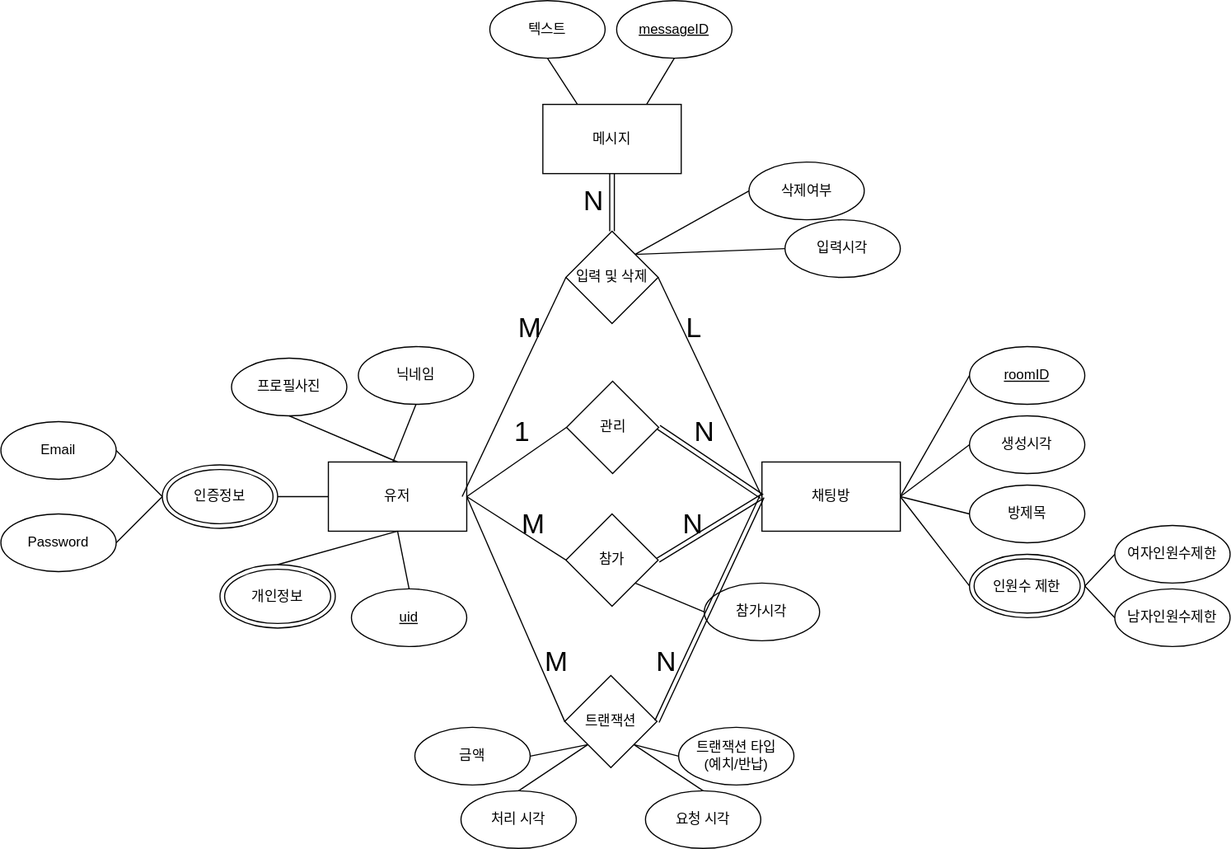
The draw.io diagram diagrams/DB_conceptual_design.drawio.svg in RGB234/meeting_app, before a commit. Source tidied: cells renumbered, new cells last; positions are measured from the earlier drawing's top-left corner, leaving out a move shared by most shapes.
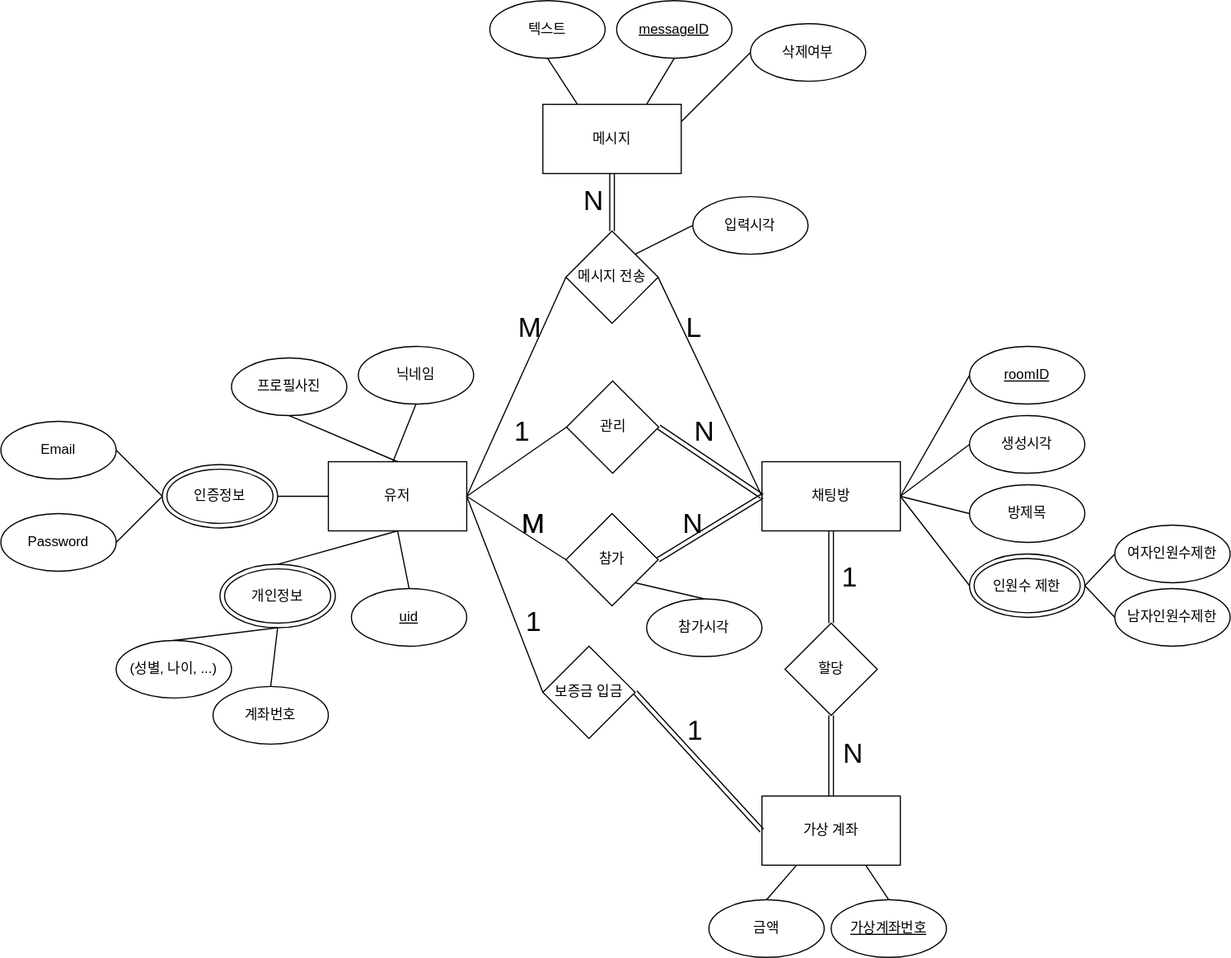
The same diagram one commit later.

Change to the diagram source:
```diff
@@ -17,7 +17,7 @@
     <mxCell id="6" value="메시지" style="rounded=0;whiteSpace=wrap;html=1;" parent="1" vertex="1">
       <mxGeometry x="470" y="90" width="120" height="60" as="geometry" />
     </mxCell>
-    <mxCell id="7" value="입력 및 삭제" style="rhombus;whiteSpace=wrap;html=1;" parent="1" vertex="1">
+    <mxCell id="7" value="메시지 전송" style="rhombus;whiteSpace=wrap;html=1;" parent="1" vertex="1">
       <mxGeometry x="490" y="200" width="80" height="80" as="geometry" />
     </mxCell>
     <mxCell id="8" value="프로필사진" style="ellipse;whiteSpace=wrap;html=1;" parent="1" vertex="1">
@@ -54,10 +54,10 @@
       <mxGeometry x="840" y="300" width="100" height="50" as="geometry" />
     </mxCell>
     <mxCell id="19" value="입력시각" style="ellipse;whiteSpace=wrap;html=1;" parent="1" vertex="1">
-      <mxGeometry x="680" y="190" width="100" height="50" as="geometry" />
+      <mxGeometry x="600" y="170" width="100" height="50" as="geometry" />
     </mxCell>
     <mxCell id="20" value="삭제여부" style="ellipse;whiteSpace=wrap;html=1;" parent="1" vertex="1">
-      <mxGeometry x="648.8" y="140" width="100" height="50" as="geometry" />
+      <mxGeometry x="650" y="20" width="100" height="50" as="geometry" />
     </mxCell>
     <mxCell id="21" value="텍스트" style="ellipse;whiteSpace=wrap;html=1;" parent="1" vertex="1">
       <mxGeometry x="424" width="100" height="50" as="geometry" />
@@ -66,7 +66,7 @@
       <mxGeometry x="534" width="100" height="50" as="geometry" />
     </mxCell>
     <mxCell id="23" value="참가&lt;span style=&quot;background-color: initial;&quot;&gt;시각&lt;/span&gt;" style="ellipse;whiteSpace=wrap;html=1;" parent="1" vertex="1">
-      <mxGeometry x="610" y="505" width="100" height="50" as="geometry" />
+      <mxGeometry x="560" y="519" width="100" height="50" as="geometry" />
     </mxCell>
     <mxCell id="24" value="Email" style="ellipse;whiteSpace=wrap;html=1;" parent="1" vertex="1">
       <mxGeometry y="365" width="100" height="50" as="geometry" />
@@ -121,10 +121,10 @@
     <mxCell id="40" style="endArrow=none;html=1;rounded=0;entryX=0;entryY=0.5;entryDx=0;entryDy=0;exitX=1;exitY=0;exitDx=0;exitDy=0;" parent="1" edge="1" source="7" target="19">
       <mxGeometry relative="1" as="geometry" />
     </mxCell>
-    <mxCell id="41" style="endArrow=none;html=1;rounded=0;entryX=1;entryY=0;entryDx=0;entryDy=0;exitX=0;exitY=0.5;exitDx=0;exitDy=0;" parent="1" edge="1" source="20" target="7">
+    <mxCell id="41" style="endArrow=none;html=1;rounded=0;entryX=1;entryY=0.25;entryDx=0;entryDy=0;exitX=0;exitY=0.5;exitDx=0;exitDy=0;" parent="1" edge="1" source="20" target="6">
       <mxGeometry relative="1" as="geometry" />
     </mxCell>
-    <mxCell id="42" style="endArrow=none;html=1;rounded=0;entryX=1;entryY=1;entryDx=0;entryDy=0;exitX=0;exitY=0.5;exitDx=0;exitDy=0;" parent="1" edge="1" source="23" target="3">
+    <mxCell id="42" style="endArrow=none;html=1;rounded=0;entryX=1;entryY=1;entryDx=0;entryDy=0;exitX=0.5;exitY=0;exitDx=0;exitDy=0;" parent="1" edge="1" source="23" target="3">
       <mxGeometry relative="1" as="geometry" />
     </mxCell>
     <mxCell id="43" style="shape=link;html=1;rounded=0;exitX=1;exitY=0.5;exitDx=0;exitDy=0;entryX=0;entryY=0.5;entryDx=0;entryDy=0;" parent="1" edge="1" source="2" target="5">
@@ -159,47 +159,21 @@
         <mxPoint x="46" y="40" as="offset" />
       </mxGeometry>
     </mxCell>
-    <mxCell id="51" value="&lt;div&gt;&lt;span style=&quot;background-color: initial;&quot;&gt;트랜잭션&lt;/span&gt;&lt;br&gt;&lt;/div&gt;" style="rhombus;whiteSpace=wrap;html=1;" parent="1" vertex="1">
-      <mxGeometry x="489" y="585" width="80" height="80" as="geometry" />
+    <mxCell id="51" value="할당" style="rhombus;whiteSpace=wrap;html=1;" parent="1" vertex="1">
+      <mxGeometry x="680" y="540" width="80" height="80" as="geometry" />
     </mxCell>
-    <mxCell id="52" value="처리 시각" style="ellipse;whiteSpace=wrap;html=1;" parent="1" vertex="1">
-      <mxGeometry x="399" y="685" width="100" height="50" as="geometry" />
+    <mxCell id="52" value="&lt;u&gt;가상계좌번호&lt;/u&gt;" style="ellipse;whiteSpace=wrap;html=1;" parent="1" vertex="1">
+      <mxGeometry x="720" y="780" width="100" height="50" as="geometry" />
     </mxCell>
-    <mxCell id="53" value="트랜잭션 타입&lt;div&gt;(예치/반납)&lt;/div&gt;" style="ellipse;whiteSpace=wrap;html=1;" parent="1" vertex="1">
-      <mxGeometry x="587.8" y="630" width="100" height="50" as="geometry" />
-    </mxCell>
-    <mxCell id="54" value="요청 시각" style="ellipse;whiteSpace=wrap;html=1;" parent="1" vertex="1">
-      <mxGeometry x="559" y="685" width="100" height="50" as="geometry" />
-    </mxCell>
     <mxCell id="55" value="금액" style="ellipse;whiteSpace=wrap;html=1;" parent="1" vertex="1">
-      <mxGeometry x="359" y="630" width="100" height="50" as="geometry" />
+      <mxGeometry x="614" y="780" width="100" height="50" as="geometry" />
     </mxCell>
-    <mxCell id="56" style="endArrow=none;html=1;rounded=0;exitX=0;exitY=0.5;exitDx=0;exitDy=0;entryX=1;entryY=1;entryDx=0;entryDy=0;" parent="1" edge="1" source="53" target="51">
-      <mxGeometry relative="1" as="geometry" />
-    </mxCell>
-    <mxCell id="57" style="endArrow=none;html=1;rounded=0;exitX=0.5;exitY=0;exitDx=0;exitDy=0;entryX=1;entryY=1;entryDx=0;entryDy=0;" parent="1" edge="1" source="54" target="51">
-      <mxGeometry relative="1" as="geometry" />
-    </mxCell>
-    <mxCell id="58" style="endArrow=none;html=1;rounded=0;exitX=0.5;exitY=0;exitDx=0;exitDy=0;entryX=0;entryY=1;entryDx=0;entryDy=0;" parent="1" edge="1" source="52" target="51">
+    <mxCell id="58" style="endArrow=none;html=1;rounded=0;exitX=0.5;exitY=0;exitDx=0;exitDy=0;entryX=0.75;entryY=1;entryDx=0;entryDy=0;" parent="1" edge="1" source="52" target="72">
       <mxGeometry relative="1" as="geometry" />
     </mxCell>
-    <mxCell id="59" style="endArrow=none;html=1;rounded=0;exitX=1;exitY=0.5;exitDx=0;exitDy=0;entryX=0;entryY=1;entryDx=0;entryDy=0;" parent="1" edge="1" source="55" target="51">
+    <mxCell id="59" style="endArrow=none;html=1;rounded=0;exitX=0.5;exitY=0;exitDx=0;exitDy=0;entryX=0.25;entryY=1;entryDx=0;entryDy=0;" parent="1" edge="1" source="55" target="72">
       <mxGeometry relative="1" as="geometry" />
     </mxCell>
-    <mxCell id="60" style="endArrow=none;html=1;rounded=0;exitX=0;exitY=0.5;exitDx=0;exitDy=0;entryX=1;entryY=0.5;entryDx=0;entryDy=0;" parent="1" edge="1" source="51" target="4">
-      <mxGeometry relative="1" as="geometry" />
-    </mxCell>
-    <mxCell id="61" value="&lt;font style=&quot;font-size: 24px;&quot;&gt;M&lt;/font&gt;" style="html=1;whiteSpace=wrap;align=left;verticalAlign=bottom;direction=south;" parent="1" vertex="1">
-      <mxGeometry x="470" y="590" as="geometry" />
-    </mxCell>
-    <mxCell id="62" style="shape=link;html=1;rounded=0;entryX=0;entryY=0.5;entryDx=0;entryDy=0;exitX=1;exitY=0.5;exitDx=0;exitDy=0;" parent="1" edge="1" source="51" target="5">
-      <mxGeometry relative="1" as="geometry" />
-    </mxCell>
-    <mxCell id="63" value="N" style="html=1;whiteSpace=wrap;align=right;verticalAlign=bottom;fontSize=24;" parent="62" vertex="1">
-      <mxGeometry x="1" relative="1" as="geometry">
-        <mxPoint x="-73" y="160" as="offset" />
-      </mxGeometry>
-    </mxCell>
     <mxCell id="64" style="shape=link;html=1;rounded=0;exitX=0.5;exitY=0;exitDx=0;exitDy=0;entryX=0.5;entryY=1;entryDx=0;entryDy=0;" parent="1" edge="1" source="7" target="6">
       <mxGeometry relative="1" as="geometry" />
     </mxCell>
@@ -208,14 +182,12 @@
         <mxPoint x="-6" y="40" as="offset" />
       </mxGeometry>
     </mxCell>
-    <mxCell id="66" style="endArrow=none;html=1;rounded=0;exitX=0;exitY=0.5;exitDx=0;exitDy=0;" parent="1" edge="1" source="7">
-      <mxGeometry relative="1" as="geometry">
-        <mxPoint x="400" y="430" as="targetPoint" />
-      </mxGeometry>
+    <mxCell id="66" style="endArrow=none;html=1;rounded=0;exitX=0;exitY=0.5;exitDx=0;exitDy=0;entryX=1;entryY=0.5;entryDx=0;entryDy=0;" parent="1" edge="1" source="7" target="4">
+      <mxGeometry relative="1" as="geometry" />
     </mxCell>
     <mxCell id="67" value="M" style="html=1;whiteSpace=wrap;align=right;verticalAlign=bottom;fontSize=24;direction=south;" parent="66" vertex="1">
       <mxGeometry x="1" relative="1" as="geometry">
-        <mxPoint x="70" y="-130" as="offset" />
+        <mxPoint x="66" y="-130" as="offset" />
       </mxGeometry>
     </mxCell>
     <mxCell id="68" style="endArrow=none;html=1;rounded=0;entryX=1;entryY=0.5;entryDx=0;entryDy=0;exitX=0;exitY=0.5;exitDx=0;exitDy=0;" parent="1" edge="1" source="5" target="7">
@@ -232,5 +204,58 @@
     <mxCell id="71" style="endArrow=none;html=1;rounded=0;entryX=0.25;entryY=0;entryDx=0;entryDy=0;exitX=0.5;exitY=1;exitDx=0;exitDy=0;" parent="1" edge="1" source="21" target="6">
       <mxGeometry relative="1" as="geometry" />
     </mxCell>
+    <mxCell id="72" value="가상 계좌" style="rounded=0;whiteSpace=wrap;html=1;" parent="1" vertex="1">
+      <mxGeometry x="660" y="690" width="120" height="60" as="geometry" />
+    </mxCell>
+    <mxCell id="73" style="shape=link;html=1;rounded=0;entryX=0.5;entryY=1;entryDx=0;entryDy=0;exitX=0.5;exitY=0;exitDx=0;exitDy=0;" parent="1" edge="1" source="72" target="51">
+      <mxGeometry relative="1" as="geometry" />
+    </mxCell>
+    <mxCell id="63" value="N" style="html=1;whiteSpace=wrap;align=right;verticalAlign=bottom;fontSize=24;" parent="73" vertex="1">
+      <mxGeometry x="1" relative="1" as="geometry">
+        <mxPoint x="29" y="50" as="offset" />
+      </mxGeometry>
+    </mxCell>
+    <mxCell id="62" style="shape=link;html=1;rounded=0;entryX=0.5;entryY=1;entryDx=0;entryDy=0;exitX=0.5;exitY=0;exitDx=0;exitDy=0;" parent="1" edge="1" source="51" target="5">
+      <mxGeometry relative="1" as="geometry" />
+    </mxCell>
+    <mxCell id="74" value="1" style="html=1;whiteSpace=wrap;align=right;verticalAlign=bottom;fontSize=24;" parent="62" vertex="1">
+      <mxGeometry x="1" relative="1" as="geometry">
+        <mxPoint x="24" y="57" as="offset" />
+      </mxGeometry>
+    </mxCell>
+    <mxCell id="75" value="보증금 입금" style="rhombus;whiteSpace=wrap;html=1;" parent="1" vertex="1">
+      <mxGeometry x="470" y="560" width="80" height="80" as="geometry" />
+    </mxCell>
+    <mxCell id="76" value="계좌번호" style="ellipse;whiteSpace=wrap;html=1;" parent="1" vertex="1">
+      <mxGeometry x="184" y="595" width="100" height="50" as="geometry" />
+    </mxCell>
+    <mxCell id="77" style="endArrow=none;html=1;rounded=0;exitX=0.5;exitY=1;exitDx=0;exitDy=0;entryX=0.5;entryY=0;entryDx=0;entryDy=0;" parent="1" edge="1" source="9" target="76">
+      <mxGeometry relative="1" as="geometry" />
+    </mxCell>
+    <mxCell id="78" value="(성별, 나이, ...)" style="ellipse;whiteSpace=wrap;html=1;" parent="1" vertex="1">
+      <mxGeometry x="100" y="555" width="100" height="50" as="geometry" />
+    </mxCell>
+    <mxCell id="79" style="endArrow=none;html=1;rounded=0;exitX=0.5;exitY=1;exitDx=0;exitDy=0;entryX=0.5;entryY=0;entryDx=0;entryDy=0;" parent="1" edge="1" source="9" target="78">
+      <mxGeometry relative="1" as="geometry" />
+    </mxCell>
+    <mxCell id="80" style="endArrow=none;html=1;rounded=0;exitX=1;exitY=0.5;exitDx=0;exitDy=0;entryX=0;entryY=0.5;entryDx=0;entryDy=0;" parent="1" edge="1" source="4" target="75">
+      <mxGeometry relative="1" as="geometry" />
+    </mxCell>
+    <mxCell id="61" value="&lt;font style=&quot;font-size: 24px;&quot;&gt;M&lt;/font&gt;" style="html=1;whiteSpace=wrap;align=left;verticalAlign=bottom;direction=south;" parent="80" vertex="1">
+      <mxGeometry x="-1" relative="1" as="geometry">
+        <mxPoint x="46" y="40" as="offset" />
+      </mxGeometry>
+    </mxCell>
+    <mxCell id="81" style="shape=link;html=1;rounded=0;entryX=1;entryY=0.5;entryDx=0;entryDy=0;exitX=0;exitY=0.5;exitDx=0;exitDy=0;" parent="1" edge="1" source="72" target="75">
+      <mxGeometry relative="1" as="geometry" />
+    </mxCell>
+    <mxCell id="82" value="1" style="html=1;whiteSpace=wrap;align=right;verticalAlign=bottom;fontSize=24;" parent="81" vertex="1">
+      <mxGeometry x="1" relative="1" as="geometry">
+        <mxPoint x="60" y="50" as="offset" />
+      </mxGeometry>
+    </mxCell>
+    <mxCell id="83" value="1" style="html=1;whiteSpace=wrap;align=right;verticalAlign=bottom;fontSize=24;" parent="1" vertex="1">
+      <mxGeometry x="470" y="555" as="geometry" />
+    </mxCell>
   </root>
 </mxGraphModel>
```
